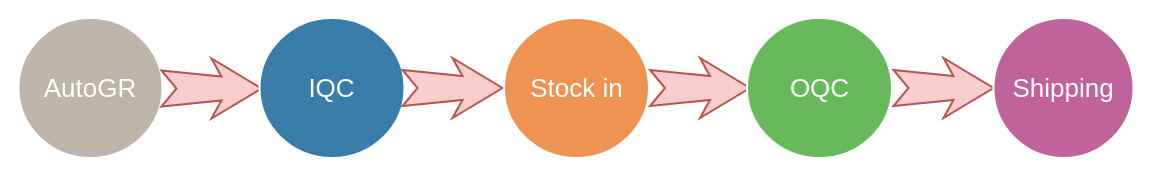
Above: Untitled Diagram.drawio in Charles886/DrawIO (draw.io), before the change. Source tidied: cells renumbered, new cells numbered last; positions are measured from the earlier drawing's top-left corner, leaving out a move shared by most shapes. Both pictures are drawn from the tidied source at 100%, with x=0, y=0 at pixel (18, 17).
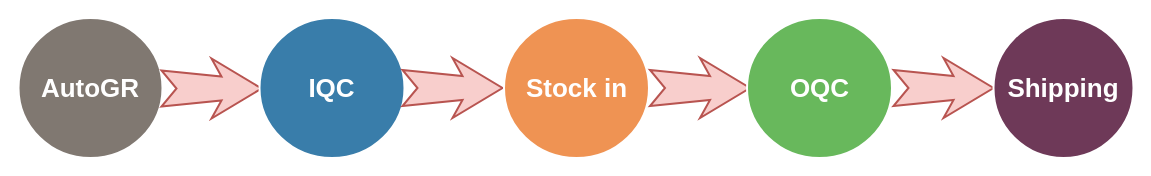
The same page after the edit.

Diff of the diagram source:
```diff
@@
 <mxGraphModel background="#ffffff">
   <root>
     <mxCell id="0" />
     <mxCell id="1" parent="0" />
-    <mxCell id="2" value="AutoGR" style="ellipse;whiteSpace=wrap;html=1;rounded=0;shadow=0;strokeWidth=2;fontSize=26;align=center;fillColor=#BFB4A9;strokeColor=#FFFFFF;fontColor=#FFFFFF;" parent="1" vertex="1">
+    <mxCell id="2" value="&lt;b&gt;AutoGR&lt;/b&gt;" style="ellipse;whiteSpace=wrap;html=1;rounded=0;shadow=0;strokeWidth=2;fontSize=26;align=center;fillColor=#807871;strokeColor=#FFFFFF;fontColor=#FFFFFF;" parent="1" vertex="1">
       <mxGeometry y="0.5" width="144" height="140" as="geometry" />
     </mxCell>
     <mxCell id="3" style="html=1;shadow=0;dashed=0;align=center;verticalAlign=middle;shape=mxgraph.arrows2.stylisedArrow;dy=0.6;dx=40;notch=15;feather=0.4;rounded=0;strokeWidth=2;fontSize=26;strokeColor=#b85450;fillColor=#f8cecc;" parent="1" vertex="1">
       <mxGeometry x="143" y="41" width="100" height="60" as="geometry" />
     </mxCell>
-    <mxCell id="4" value="IQC" style="ellipse;whiteSpace=wrap;html=1;rounded=0;shadow=0;strokeWidth=2;fontSize=26;align=center;fillColor=#397DAA;strokeColor=#FFFFFF;fontColor=#FFFFFF;" parent="1" vertex="1">
+    <mxCell id="4" value="&lt;b&gt;IQC&lt;/b&gt;" style="ellipse;whiteSpace=wrap;html=1;rounded=0;shadow=0;strokeWidth=2;fontSize=26;align=center;fillColor=#397DAA;strokeColor=#FFFFFF;fontColor=#FFFFFF;" parent="1" vertex="1">
       <mxGeometry x="241" y="0.5" width="145" height="140" as="geometry" />
     </mxCell>
     <mxCell id="5" style="html=1;shadow=0;dashed=0;align=center;verticalAlign=middle;shape=mxgraph.arrows2.stylisedArrow;dy=0.6;dx=40;notch=15;feather=0.4;rounded=0;strokeWidth=2;fontSize=26;strokeColor=#b85450;fillColor=#f8cecc;" parent="1" vertex="1">
       <mxGeometry x="384" y="40.5" width="100" height="60" as="geometry" />
     </mxCell>
-    <mxCell id="6" value="Stock in" style="ellipse;whiteSpace=wrap;html=1;rounded=0;shadow=0;strokeWidth=2;fontSize=26;align=center;fillColor=#EF9353;strokeColor=#FFFFFF;fontColor=#FFFFFF;" parent="1" vertex="1">
+    <mxCell id="6" value="&lt;b&gt;Stock in&lt;/b&gt;" style="ellipse;whiteSpace=wrap;html=1;rounded=0;shadow=0;strokeWidth=2;fontSize=26;align=center;fillColor=#EF9353;strokeColor=#FFFFFF;fontColor=#FFFFFF;" parent="1" vertex="1">
       <mxGeometry x="485.5" y="0.5" width="145" height="140" as="geometry" />
     </mxCell>
     <mxCell id="7" style="html=1;shadow=0;dashed=0;align=center;verticalAlign=middle;shape=mxgraph.arrows2.stylisedArrow;dy=0.6;dx=40;notch=15;feather=0.4;rounded=0;strokeWidth=2;fontSize=26;strokeColor=#b85450;fillColor=#f8cecc;" parent="1" vertex="1">
       <mxGeometry x="631.5" y="40.5" width="100" height="60" as="geometry" />
     </mxCell>
-    <mxCell id="8" value="OQC" style="ellipse;whiteSpace=wrap;html=1;rounded=0;shadow=0;strokeWidth=2;fontSize=26;align=center;fillColor=#68B85C;strokeColor=#FFFFFF;fontColor=#FFFFFF;" parent="1" vertex="1">
+    <mxCell id="8" value="&lt;b&gt;OQC&lt;/b&gt;" style="ellipse;whiteSpace=wrap;html=1;rounded=0;shadow=0;strokeWidth=2;fontSize=26;align=center;fillColor=#68B85C;strokeColor=#FFFFFF;fontColor=#FFFFFF;" parent="1" vertex="1">
       <mxGeometry x="728.5" y="0.5" width="145" height="140" as="geometry" />
     </mxCell>
     <mxCell id="9" style="html=1;shadow=0;dashed=0;align=center;verticalAlign=middle;shape=mxgraph.arrows2.stylisedArrow;dy=0.6;dx=40;notch=15;feather=0.4;rounded=0;strokeWidth=2;fontSize=26;strokeColor=#b85450;fillColor=#f8cecc;" parent="1" vertex="1">
       <mxGeometry x="875" y="40.5" width="100" height="60" as="geometry" />
     </mxCell>
-    <mxCell id="10" value="Shipping" style="ellipse;whiteSpace=wrap;html=1;rounded=0;shadow=0;strokeWidth=2;fontSize=26;align=center;fillColor=#BF639A;strokeColor=#FFFFFF;fontColor=#FFFFFF;" parent="1" vertex="1">
+    <mxCell id="10" value="&lt;b&gt;Shipping&lt;/b&gt;" style="ellipse;whiteSpace=wrap;html=1;rounded=0;shadow=0;strokeWidth=2;fontSize=26;align=center;fillColor=#6E3958;strokeColor=#FFFFFF;fontColor=#FFFFFF;" parent="1" vertex="1">
       <mxGeometry x="975" y="0.5" width="140" height="140" as="geometry" />
     </mxCell>
   </root>
 </mxGraphModel>
```
